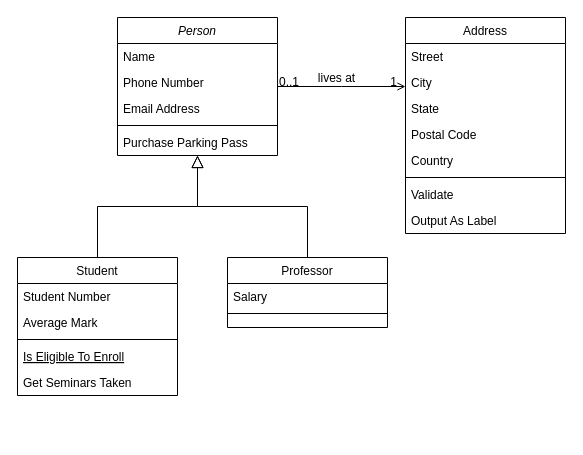
The draw.io diagram UML.drawio in jiang0906/6-2, before the edit. Source tidied: cells renumbered, new cells numbered last; positions are measured from the earlier drawing's top-left corner, leaving out a move shared by most shapes. Both pictures are drawn from the tidied source at 100%, with x=0, y=0 at pixel (17, 17).
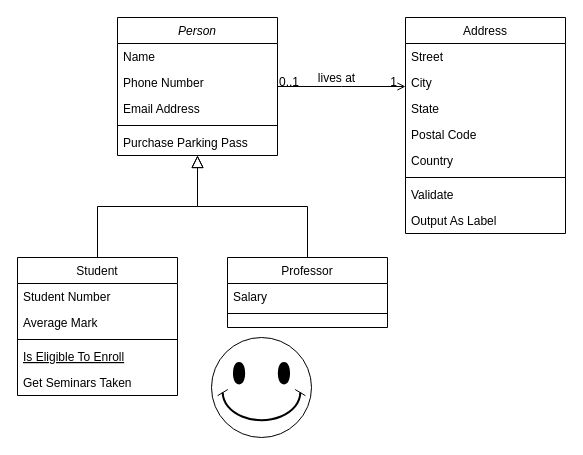
After the change.

Change to the diagram source:
```diff
@@
+    <mxCell id="32" style="verticalLabelPosition=bottom;verticalAlign=top;html=1;shape=mxgraph.basic.smiley;" parent="1" vertex="1">
+      <mxGeometry x="194" y="320" width="100" height="100" as="geometry" />
+    </mxCell>
```
